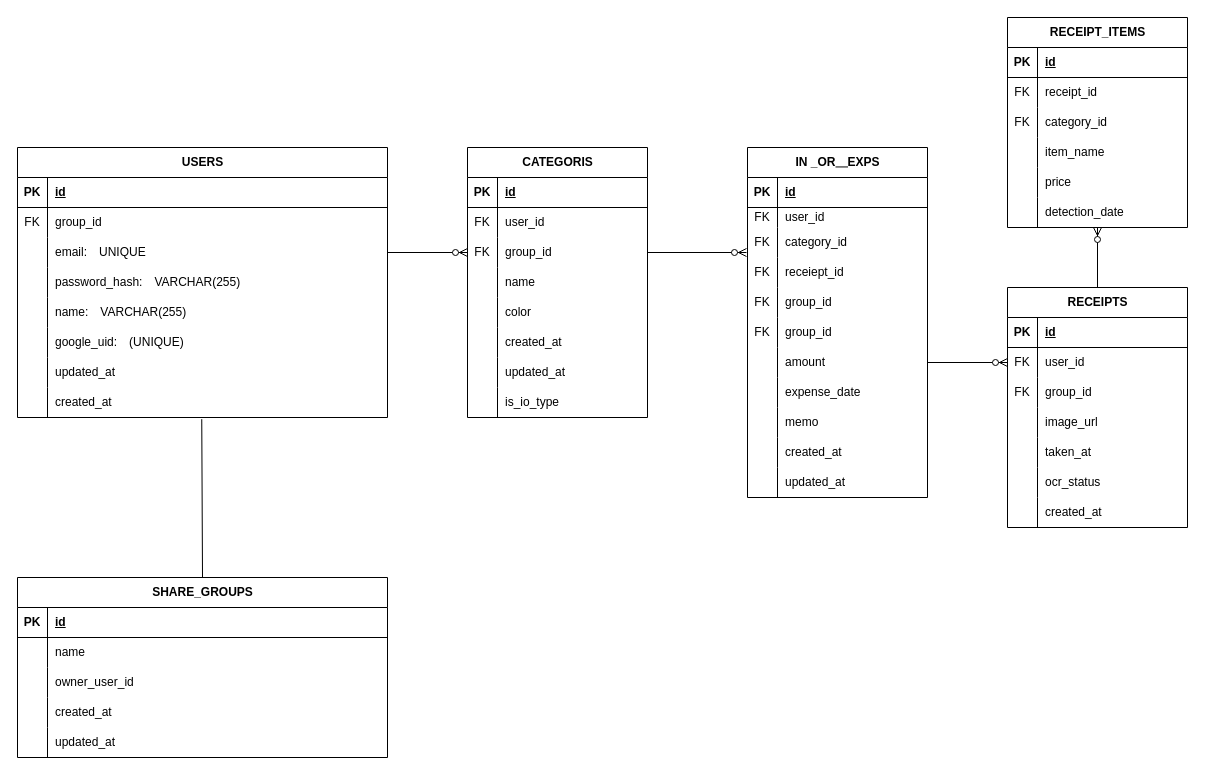
Earlier version of the draw.io diagram CチームER図.drawio (Hackathon-2026-winter-C/IkuraTukatta). Source tidied: cells renumbered, new cells numbered last; positions are measured from the earlier drawing's top-left corner, leaving out a move shared by most shapes. Both pictures are drawn from the tidied source at 100%, with x=0, y=0 at pixel (17, 17).
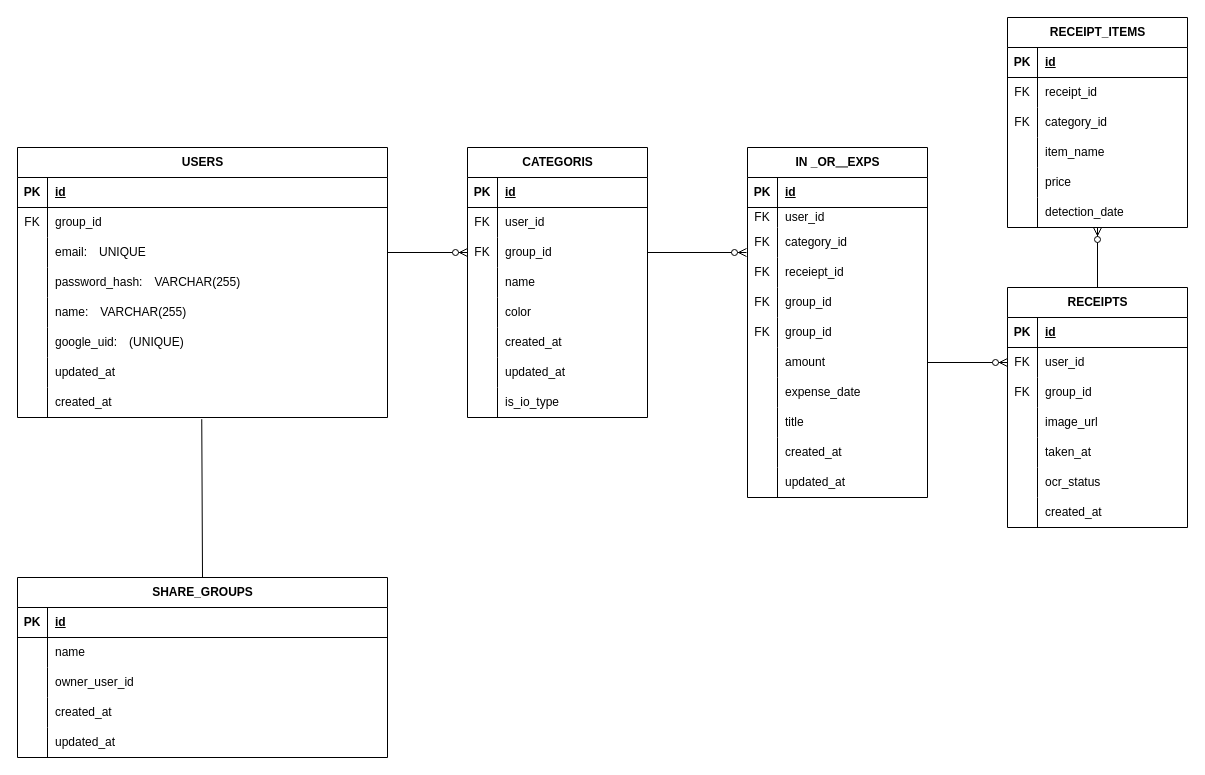
After the change.

Unchanged cells that the change refers to:
```xml
<mxCell id="77" style="shape=tableRow;horizontal=0;startSize=0;swimlaneHead=0;swimlaneBody=0;fillColor=none;top=0;left=0;right=0;bottom=0;" parent="52" vertex="1">
  <mxGeometry y="260" width="180" height="30" as="geometry" />
</mxCell>
```

Diff of the diagram source:
```diff
@@
-    <mxCell id="79" value="memo" style="shape=partialRectangle;fillColor=none;top=0;left=0;bottom=0;right=0;align=left;spacingLeft=6;overflow=hidden;whiteSpace=wrap;html=1;" parent="77" vertex="1">
+    <mxCell id="79" value="title" style="shape=partialRectangle;fillColor=none;top=0;left=0;bottom=0;right=0;align=left;spacingLeft=6;overflow=hidden;whiteSpace=wrap;html=1;" parent="77" vertex="1">
       <mxGeometry x="30" width="150" height="30" as="geometry" />
     </mxCell>
```
